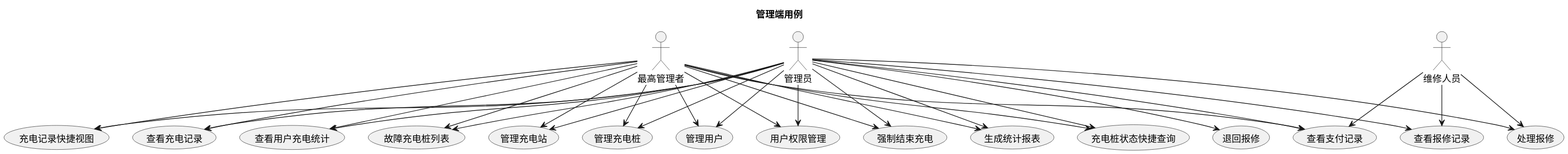
Earlier version of the PlantUML export usecase/docs/overview/img/admin_usecases.svg (greenhandzdl/charging-station-doc).
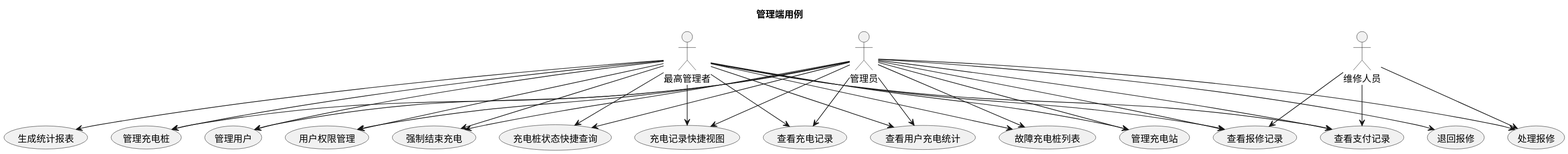
After the change.

Change to the diagram source:
```diff
@@ -32,7 +32,6 @@
 A --> VR
 A --> FSC
 A --> VPR
-A --> GS
 A --> QC
 A --> QV
 A --> VCR
@@ -45,6 +44,7 @@
 SA --> PM
 SA --> MU
 SA --> VPR
+SA --> VR
 SA --> GS
 SA --> FSC
 SA --> QC
```
